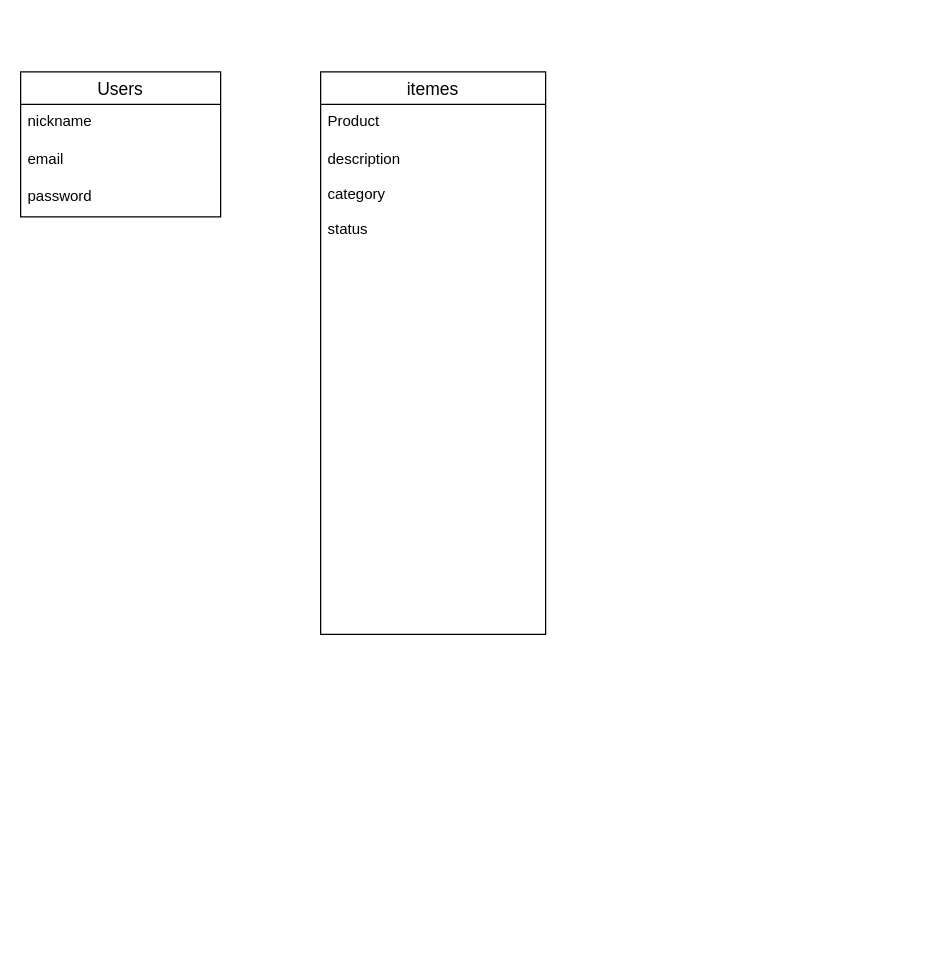
KakudaYutaka/furima-32111 keeps this draw.io diagram as er.dio. Above is the earlier version. Source tidied: cells renumbered, new cells numbered last; positions are measured from the earlier drawing's top-left corner, leaving out a move shared by most shapes. Both pictures are drawn from the tidied source at 125%, with x=0, y=0 at pixel (20, 71).
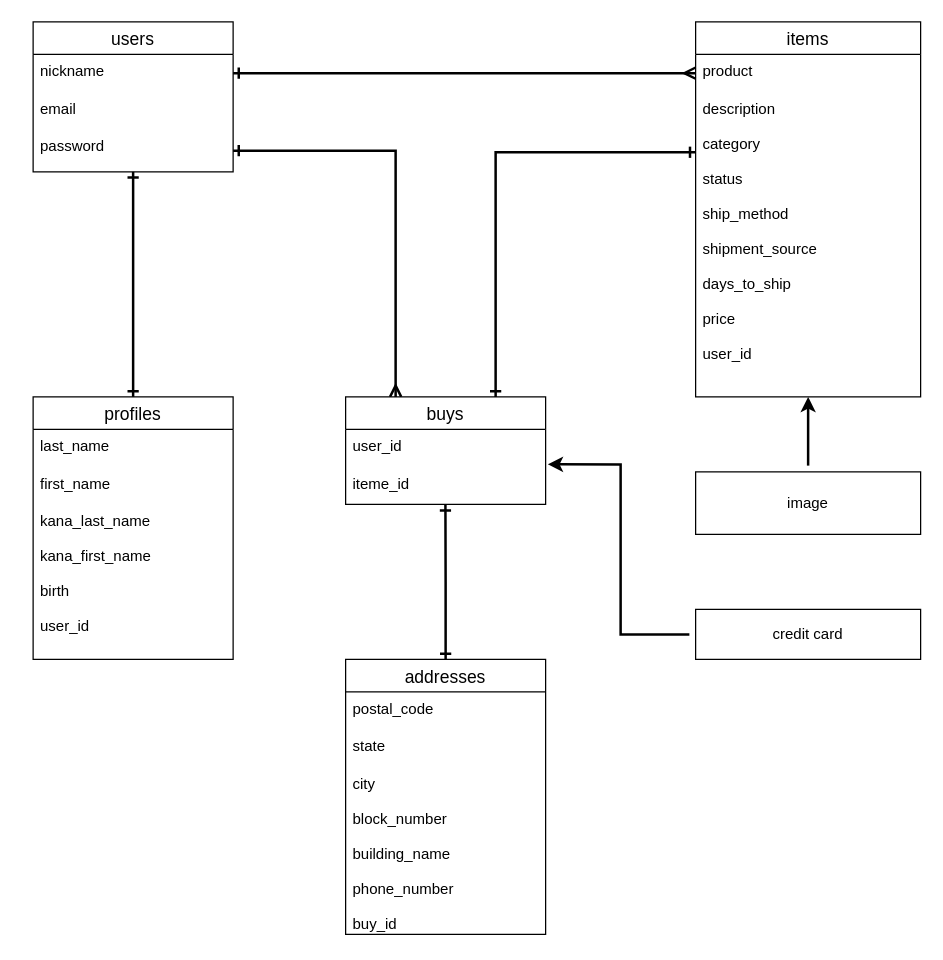
Above is the later version.

Commit message (it also covers changes not shown here):
DB設計コードレビュー前

Unchanged cells that the change refers to:
```xml
<mxCell id="3" value="nickname" style="text;strokeColor=none;fillColor=none;spacingLeft=4;spacingRight=4;overflow=hidden;points=[[0,0.5],[1,0.5]];portConstraint=eastwest;fontSize=12;" parent="2" vertex="1">
  <mxGeometry y="26" width="160" height="30" as="geometry" />
</mxCell>
```

Change to the diagram source:
```diff
@@
+    <mxCell id="6" value="items" style="swimlane;fontStyle=0;horizontal=1;startSize=26;align=center;fontSize=14;" parent="1" vertex="1">
+      <mxGeometry x="540" y="-40" width="180" height="300" as="geometry" />
+    </mxCell>
+    <mxCell id="7" value="product" style="text;strokeColor=none;fillColor=none;spacingLeft=4;spacingRight=4;overflow=hidden;points=[[0,0.5],[1,0.5]];portConstraint=eastwest;fontSize=12;" parent="6" vertex="1">
+      <mxGeometry y="26" width="180" height="30" as="geometry" />
+    </mxCell>
+    <mxCell id="8" value="description&#10;&#10;category&#10;&#10;status&#10;&#10;ship_method&#10;&#10;shipment_source&#10;&#10;days_to_ship&#10;&#10;price&#10;&#10;user_id" style="text;strokeColor=none;fillColor=none;spacingLeft=4;spacingRight=4;overflow=hidden;points=[[0,0.5],[1,0.5]];portConstraint=eastwest;fontSize=12;" parent="6" vertex="1">
+      <mxGeometry y="56" width="180" height="244" as="geometry" />
+    </mxCell>
-    <mxCell id="2" value="Users" style="swimlane;fontStyle=0;horizontal=1;startSize=26;align=center;fontSize=14;" parent="1" vertex="1">
-      <mxGeometry width="160" height="116" as="geometry" />
+    <mxCell id="2" value="users" style="swimlane;fontStyle=0;horizontal=1;startSize=26;align=center;fontSize=14;" parent="1" vertex="1">
+      <mxGeometry x="10" y="-40" width="160" height="120" as="geometry" />
     </mxCell>
@@
     <mxCell id="5" value="password" style="text;strokeColor=none;fillColor=none;spacingLeft=4;spacingRight=4;overflow=hidden;points=[[0,0.5],[1,0.5]];portConstraint=eastwest;fontSize=12;" parent="2" vertex="1">
-      <mxGeometry y="86" width="160" height="30" as="geometry" />
+      <mxGeometry y="86" width="160" height="34" as="geometry" />
     </mxCell>
-    <mxCell id="6" value="itemes" style="swimlane;fontStyle=0;horizontal=1;startSize=26;align=center;fontSize=14;" parent="1" vertex="1">
-      <mxGeometry x="240" width="180" height="450" as="geometry" />
-    </mxCell>
-    <mxCell id="7" value="Product" style="text;strokeColor=none;fillColor=none;spacingLeft=4;spacingRight=4;overflow=hidden;points=[[0,0.5],[1,0.5]];portConstraint=eastwest;fontSize=12;" parent="6" vertex="1">
-      <mxGeometry y="26" width="180" height="30" as="geometry" />
-    </mxCell>
-    <mxCell id="8" value="description&#10;&#10;category&#10;&#10;status&#10;&#10;" style="text;strokeColor=none;fillColor=none;spacingLeft=4;spacingRight=4;overflow=hidden;points=[[0,0.5],[1,0.5]];portConstraint=eastwest;fontSize=12;" parent="6" vertex="1">
-      <mxGeometry y="56" width="180" height="394" as="geometry" />
-    </mxCell>
+    <mxCell id="9" style="edgeStyle=orthogonalEdgeStyle;rounded=0;jettySize=auto;html=1;exitX=0.5;exitY=0;exitDx=0;exitDy=0;endArrow=ERone;endFill=0;startArrow=ERone;startFill=0;strokeWidth=2;startSize=6;sourcePerimeterSpacing=5;targetPerimeterSpacing=5;" parent="1" edge="1" source="10">
+      <mxGeometry relative="1" as="geometry">
+        <mxPoint x="90" y="80" as="targetPoint" />
+      </mxGeometry>
+    </mxCell>
+    <mxCell id="10" value="profiles" style="swimlane;fontStyle=0;horizontal=1;startSize=26;align=center;fontSize=14;" parent="1" vertex="1">
+      <mxGeometry x="10" y="260" width="160" height="210" as="geometry" />
+    </mxCell>
+    <mxCell id="11" value="last_name" style="text;strokeColor=none;fillColor=none;spacingLeft=4;spacingRight=4;overflow=hidden;fontSize=12;" parent="10" vertex="1">
+      <mxGeometry y="26" width="160" height="30" as="geometry" />
+    </mxCell>
+    <mxCell id="12" value="first_name" style="text;strokeColor=none;fillColor=none;spacingLeft=4;spacingRight=4;overflow=hidden;fontSize=12;" parent="10" vertex="1">
+      <mxGeometry y="56" width="160" height="30" as="geometry" />
+    </mxCell>
+    <mxCell id="13" value="kana_last_name&#10;&#10;kana_first_name&#10;&#10;birth&#10;&#10;user_id" style="text;strokeColor=none;fillColor=none;spacingLeft=4;spacingRight=4;overflow=hidden;fontSize=12;" parent="10" vertex="1">
+      <mxGeometry y="86" width="160" height="124" as="geometry" />
+    </mxCell>
+    <mxCell id="14" style="edgeStyle=orthogonalEdgeStyle;rounded=0;jettySize=auto;html=1;exitX=0.25;exitY=0;exitDx=0;exitDy=0;entryX=1;entryY=0.5;entryDx=0;entryDy=0;startArrow=ERmany;startFill=0;startSize=6;sourcePerimeterSpacing=5;endArrow=ERone;endFill=0;targetPerimeterSpacing=5;strokeWidth=2;" parent="1" edge="1" source="16" target="5">
+      <mxGeometry relative="1" as="geometry" />
+    </mxCell>
+    <mxCell id="15" style="edgeStyle=orthogonalEdgeStyle;rounded=0;jettySize=auto;html=1;exitX=0.75;exitY=0;exitDx=0;exitDy=0;entryX=0;entryY=0.198;entryDx=0;entryDy=0;entryPerimeter=0;startArrow=ERone;startFill=0;startSize=6;sourcePerimeterSpacing=5;endArrow=ERone;endFill=0;targetPerimeterSpacing=5;strokeWidth=2;" parent="1" edge="1" source="16" target="8">
+      <mxGeometry relative="1" as="geometry" />
+    </mxCell>
+    <mxCell id="16" value="buys" style="swimlane;fontStyle=0;horizontal=1;startSize=26;align=center;fontSize=14;" parent="1" vertex="1">
+      <mxGeometry x="260" y="260" width="160" height="86" as="geometry" />
+    </mxCell>
+    <mxCell id="17" value="user_id" style="text;strokeColor=none;fillColor=none;spacingLeft=4;spacingRight=4;overflow=hidden;fontSize=12;" parent="16" vertex="1">
+      <mxGeometry y="26" width="160" height="30" as="geometry" />
+    </mxCell>
+    <mxCell id="18" value="iteme_id" style="text;strokeColor=none;fillColor=none;spacingLeft=4;spacingRight=4;overflow=hidden;points=[[0,0.5],[1,0.5]];portConstraint=eastwest;fontSize=12;" parent="16" vertex="1">
+      <mxGeometry y="56" width="160" height="30" as="geometry" />
+    </mxCell>
+    <mxCell id="19" style="edgeStyle=orthogonalEdgeStyle;rounded=0;jettySize=auto;html=1;exitX=0.5;exitY=0;exitDx=0;exitDy=0;entryX=0.499;entryY=1.013;entryDx=0;entryDy=0;entryPerimeter=0;startArrow=ERone;startFill=0;startSize=6;sourcePerimeterSpacing=5;endArrow=ERone;endFill=0;targetPerimeterSpacing=5;strokeWidth=2;" parent="1" edge="1" source="20" target="18">
+      <mxGeometry relative="1" as="geometry" />
+    </mxCell>
+    <mxCell id="20" value="addresses" style="swimlane;fontStyle=0;horizontal=1;startSize=26;align=center;fontSize=14;" parent="1" vertex="1">
+      <mxGeometry x="260" y="470" width="160" height="220" as="geometry" />
+    </mxCell>
+    <mxCell id="21" value="postal_code" style="text;strokeColor=none;fillColor=none;spacingLeft=4;spacingRight=4;overflow=hidden;fontSize=12;" parent="20" vertex="1">
+      <mxGeometry y="26" width="160" height="30" as="geometry" />
+    </mxCell>
+    <mxCell id="22" value="state" style="text;strokeColor=none;fillColor=none;spacingLeft=4;spacingRight=4;overflow=hidden;fontSize=12;" parent="20" vertex="1">
+      <mxGeometry y="56" width="160" height="30" as="geometry" />
+    </mxCell>
+    <mxCell id="23" value="city&#10;&#10;block_number&#10;&#10;building_name&#10;&#10;phone_number&#10;&#10;buy_id" style="text;strokeColor=none;fillColor=none;spacingLeft=4;spacingRight=4;overflow=hidden;fontSize=12;" parent="20" vertex="1">
+      <mxGeometry y="86" width="160" height="134" as="geometry" />
+    </mxCell>
+    <mxCell id="24" style="edgeStyle=orthogonalEdgeStyle;rounded=0;jettySize=auto;html=1;entryX=0;entryY=0.5;entryDx=0;entryDy=0;startArrow=ERone;startFill=0;startSize=6;sourcePerimeterSpacing=5;endArrow=ERmany;endFill=0;targetPerimeterSpacing=5;strokeWidth=2;exitX=1;exitY=0.5;exitDx=0;exitDy=0;" parent="1" edge="1" source="3" target="7">
+      <mxGeometry relative="1" as="geometry" />
+    </mxCell>
+    <mxCell id="25" style="edgeStyle=orthogonalEdgeStyle;rounded=0;jettySize=auto;html=1;entryX=0.5;entryY=1;entryDx=0;entryDy=0;entryPerimeter=0;startArrow=none;startFill=0;startSize=6;sourcePerimeterSpacing=5;endArrow=classic;endFill=1;targetPerimeterSpacing=5;strokeWidth=2;" parent="1" edge="1" source="26" target="8">
+      <mxGeometry relative="1" as="geometry" />
+    </mxCell>
+    <mxCell id="26" value="image" style="whiteSpace=wrap;html=1;align=center;" parent="1" vertex="1">
+      <mxGeometry x="540" y="320" width="180" height="50" as="geometry" />
+    </mxCell>
+    <mxCell id="27" style="edgeStyle=orthogonalEdgeStyle;rounded=0;jettySize=auto;html=1;entryX=1.011;entryY=-0.067;entryDx=0;entryDy=0;entryPerimeter=0;startArrow=none;startFill=0;startSize=6;sourcePerimeterSpacing=5;endArrow=classic;endFill=1;targetPerimeterSpacing=5;strokeWidth=2;" parent="1" edge="1" source="28" target="18">
+      <mxGeometry relative="1" as="geometry">
+        <Array as="points">
+          <mxPoint x="480" y="450" />
+          <mxPoint x="480" y="314" />
+        </Array>
+      </mxGeometry>
+    </mxCell>
+    <mxCell id="28" value="credit card" style="whiteSpace=wrap;html=1;align=center;" parent="1" vertex="1">
+      <mxGeometry x="540" y="430" width="180" height="40" as="geometry" />
+    </mxCell>
```
